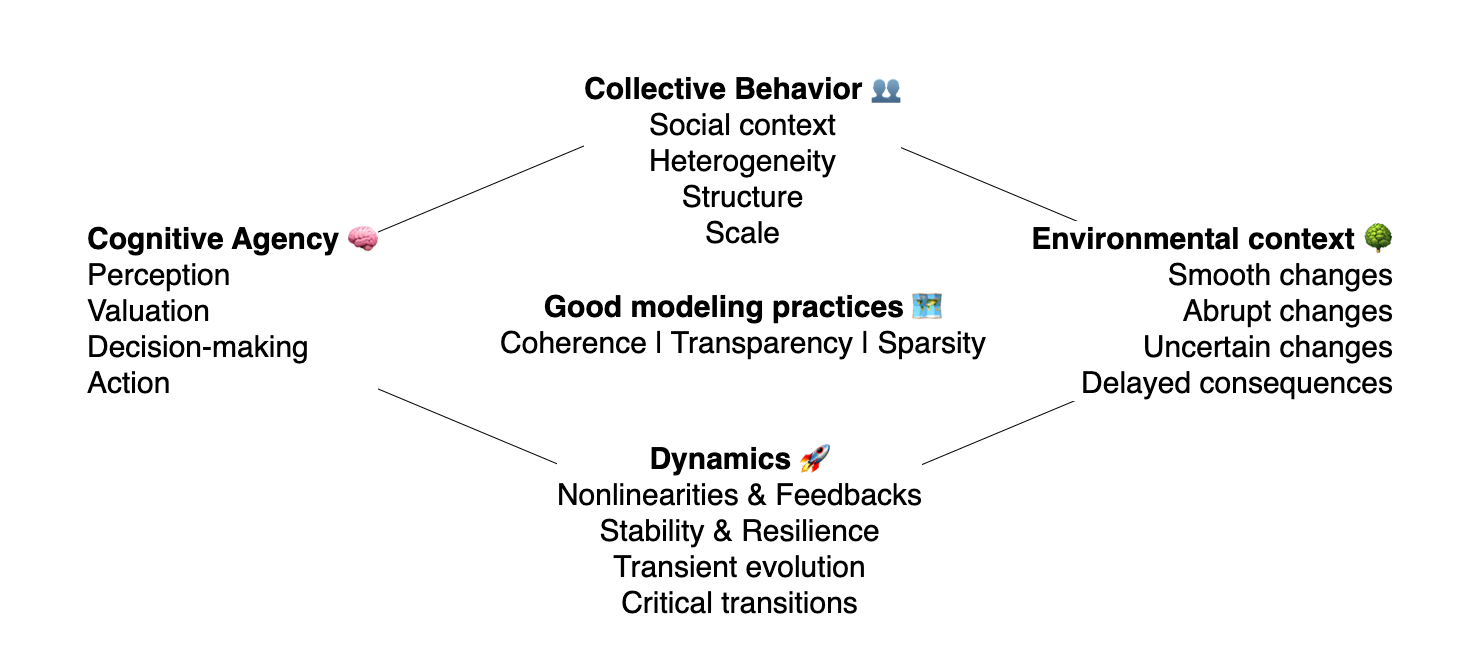
Before: images/01.01-StructuralChallenges.dio.png, a diagram exported from draw.io (wbarfuss/csm-of-hei). Source tidied: cells renumbered, new cells last; positions are measured from the earlier drawing's top-left corner, leaving out a move shared by most shapes. The source it was exported from:
```xml
<mxGraphModel math="1">
  <root>
    <mxCell id="0" />
    <mxCell id="1" parent="0" />
    <mxCell id="2" style="rounded=1;whiteSpace=wrap;html=1;fillColor=default;gradientColor=none;strokeColor=none;" parent="1" vertex="1">
      <mxGeometry y="24.5" width="1480" height="640" as="geometry" />
    </mxCell>
    <mxCell id="3" value="Vordergrund" parent="0" />
    <mxCell id="4" style="rhombus;whiteSpace=wrap;html=1;" parent="3" vertex="1">
      <mxGeometry x="190" y="80" width="1100" height="460" as="geometry" />
    </mxCell>
    <mxCell id="5" value="&lt;div&gt;&lt;font&gt;&lt;b&gt;Cognitive Agency 🧠&lt;/b&gt;&lt;/font&gt;&lt;/div&gt;&lt;div&gt;&lt;font&gt;Perception&lt;/font&gt;&lt;/div&gt;&lt;div&gt;&lt;font&gt;Valuation&lt;/font&gt;&lt;/div&gt;&lt;div&gt;&lt;font&gt;Decision-making&lt;/font&gt;&lt;/div&gt;&lt;div&gt;&lt;font&gt;Action&lt;/font&gt;&lt;/div&gt;" style="text;html=1;align=left;verticalAlign=middle;whiteSpace=wrap;rounded=0;labelBackgroundColor=default;fontSize=30;fillColor=none;" parent="3" vertex="1">
      <mxGeometry x="85" y="150" width="465" height="320" as="geometry" />
    </mxCell>
    <mxCell id="6" value="&lt;div&gt;&lt;font&gt;&lt;b&gt;Environmental context 🌳&lt;/b&gt;&lt;/font&gt;&lt;/div&gt;&lt;div&gt;&lt;span&gt;Smooth changes&lt;/span&gt;&lt;/div&gt;&lt;div&gt;&lt;span&gt;Abrupt changes&lt;/span&gt;&lt;/div&gt;&lt;div&gt;&lt;span&gt;Uncertain changes&lt;/span&gt;&lt;/div&gt;&lt;div&gt;&lt;span&gt;Delayed consequences&lt;/span&gt;&lt;/div&gt;" style="text;html=1;align=right;verticalAlign=middle;whiteSpace=wrap;rounded=0;labelBackgroundColor=default;fontSize=30;fillColor=none;" parent="3" vertex="1">
      <mxGeometry x="975" y="180" width="420" height="260" as="geometry" />
    </mxCell>
    <mxCell id="7" value="&lt;div&gt;&lt;font&gt;&lt;b&gt;Collective Behavior 👥&lt;/b&gt;&lt;/font&gt;&lt;/div&gt;&lt;div&gt;&lt;span style=&quot;background-color: light-dark(#ffffff, var(--ge-dark-color, #121212)); color: light-dark(rgb(0, 0, 0), rgb(255, 255, 255));&quot;&gt;Social context&lt;/span&gt;&lt;/div&gt;&lt;div&gt;&lt;span style=&quot;background-color: light-dark(#ffffff, var(--ge-dark-color, #121212)); color: light-dark(rgb(0, 0, 0), rgb(255, 255, 255));&quot;&gt;Heterogeneity&lt;/span&gt;&lt;br&gt;&lt;/div&gt;&lt;div&gt;Structure&lt;/div&gt;&lt;div&gt;&lt;font&gt;Scale&lt;/font&gt;&lt;/div&gt;" style="text;html=1;align=center;verticalAlign=middle;whiteSpace=wrap;rounded=0;labelBackgroundColor=default;fontSize=30;fillColor=none;" parent="3" vertex="1">
      <mxGeometry x="510" width="465" height="320" as="geometry" />
    </mxCell>
    <mxCell id="8" value="&lt;div&gt;&lt;span style=&quot;background-color: light-dark(#ffffff, var(--ge-dark-color, #121212)); color: light-dark(rgb(0, 0, 0), rgb(255, 255, 255));&quot;&gt;&lt;b&gt;Dynamics 🚀&lt;br&gt;&lt;/b&gt;Nonlinearities &amp;amp; Feedbacks&lt;/span&gt;&lt;br&gt;&lt;/div&gt;&lt;div&gt;&lt;span style=&quot;background-color: light-dark(#ffffff, var(--ge-dark-color, #121212)); color: light-dark(rgb(0, 0, 0), rgb(255, 255, 255));&quot;&gt;Stability &amp;amp; Resilience&lt;/span&gt;&lt;/div&gt;&lt;div&gt;&lt;span style=&quot;background-color: light-dark(#ffffff, var(--ge-dark-color, #121212)); color: light-dark(rgb(0, 0, 0), rgb(255, 255, 255));&quot;&gt;Transient evolution&lt;/span&gt;&lt;br&gt;&lt;/div&gt;&lt;div&gt;Critical transitions&lt;/div&gt;" style="text;html=1;align=center;verticalAlign=middle;whiteSpace=wrap;rounded=0;labelBackgroundColor=default;fontSize=30;fillColor=none;" parent="3" vertex="1">
      <mxGeometry x="507" y="425" width="465" height="210" as="geometry" />
    </mxCell>
    <mxCell id="9" value="&lt;div&gt;&lt;span style=&quot;background-color: light-dark(#ffffff, var(--ge-dark-color, #121212)); color: light-dark(rgb(0, 0, 0), rgb(255, 255, 255));&quot;&gt;&lt;b&gt;Good modeling practices 🗺️&lt;/b&gt;&lt;/span&gt;&lt;/div&gt;&lt;div&gt;Coherence | Transparency | Sparsity&lt;/div&gt;" style="text;html=1;align=center;verticalAlign=middle;whiteSpace=wrap;rounded=0;labelBackgroundColor=default;fontSize=30;fillColor=none;" parent="3" vertex="1">
      <mxGeometry x="486.5" y="208.8" width="512" height="231.2" as="geometry" />
    </mxCell>
  </root>
</mxGraphModel>
```
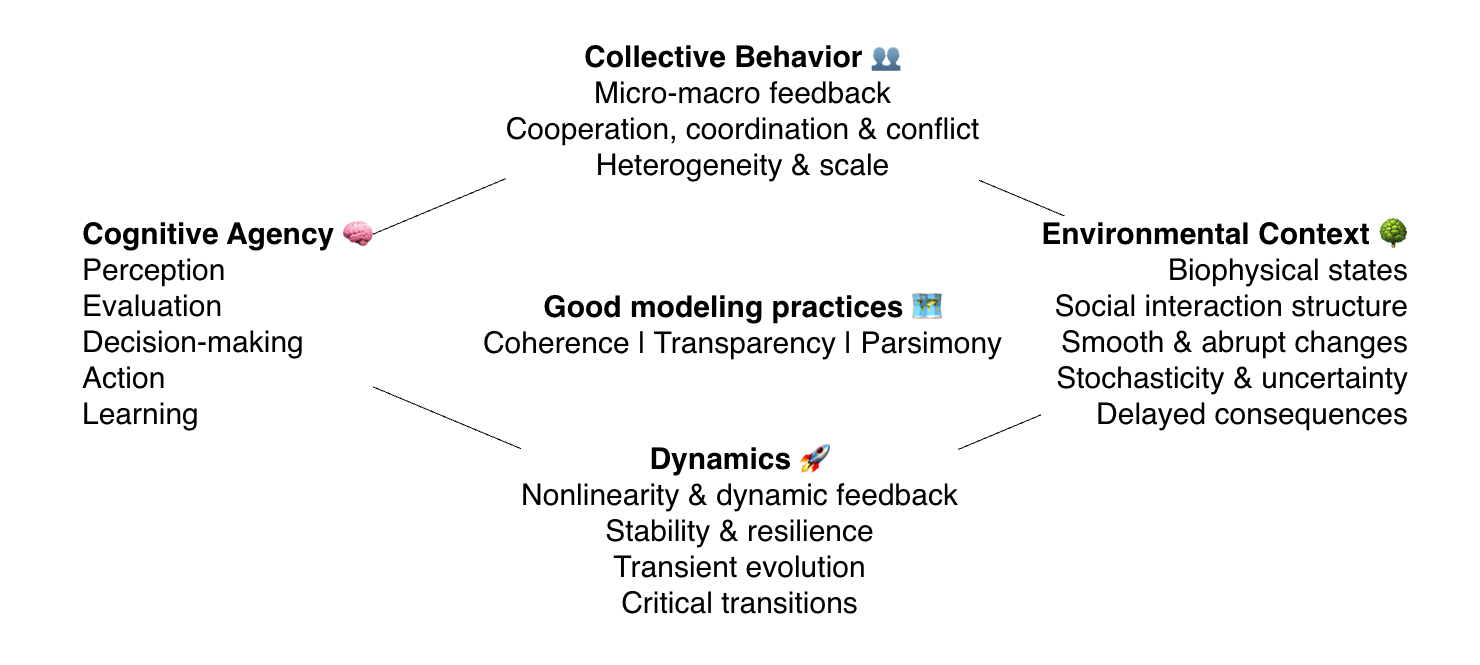
After the commit.

What changed in the source:
```diff
@@ -6,23 +6,23 @@
       <mxGeometry y="24.5" width="1480" height="640" as="geometry" />
     </mxCell>
     <mxCell id="3" value="Vordergrund" parent="0" />
-    <mxCell id="4" style="rhombus;whiteSpace=wrap;html=1;" parent="3" vertex="1">
+    <mxCell id="4" style="rhombus;whiteSpace=wrap;html=1;fontColor=#000000;" parent="3" vertex="1">
       <mxGeometry x="190" y="80" width="1100" height="460" as="geometry" />
     </mxCell>
-    <mxCell id="5" value="&lt;div&gt;&lt;font&gt;&lt;b&gt;Cognitive Agency 🧠&lt;/b&gt;&lt;/font&gt;&lt;/div&gt;&lt;div&gt;&lt;font&gt;Perception&lt;/font&gt;&lt;/div&gt;&lt;div&gt;&lt;font&gt;Valuation&lt;/font&gt;&lt;/div&gt;&lt;div&gt;&lt;font&gt;Decision-making&lt;/font&gt;&lt;/div&gt;&lt;div&gt;&lt;font&gt;Action&lt;/font&gt;&lt;/div&gt;" style="text;html=1;align=left;verticalAlign=middle;whiteSpace=wrap;rounded=0;labelBackgroundColor=default;fontSize=30;fillColor=none;" parent="3" vertex="1">
-      <mxGeometry x="85" y="150" width="465" height="320" as="geometry" />
+    <mxCell id="5" value="&lt;div&gt;&lt;font&gt;&lt;b style=&quot;&quot;&gt;Cognitive Agency 🧠&lt;/b&gt;&lt;/font&gt;&lt;/div&gt;&lt;div&gt;&lt;font style=&quot;&quot;&gt;Perception&lt;/font&gt;&lt;/div&gt;&lt;div&gt;&lt;font style=&quot;&quot;&gt;Evaluation&lt;/font&gt;&lt;/div&gt;&lt;div&gt;&lt;font style=&quot;&quot;&gt;Decision-making&lt;/font&gt;&lt;/div&gt;&lt;div&gt;&lt;font style=&quot;&quot;&gt;Action&lt;/font&gt;&lt;/div&gt;&lt;div&gt;&lt;font style=&quot;&quot;&gt;Learning&lt;/font&gt;&lt;/div&gt;" style="text;html=1;align=left;verticalAlign=top;whiteSpace=wrap;rounded=0;labelBackgroundColor=default;fontSize=30;fillColor=none;fontColor=#000000;" parent="3" vertex="1">
+      <mxGeometry x="80" y="208.8" width="465" height="320" as="geometry" />
     </mxCell>
-    <mxCell id="6" value="&lt;div&gt;&lt;font&gt;&lt;b&gt;Environmental context 🌳&lt;/b&gt;&lt;/font&gt;&lt;/div&gt;&lt;div&gt;&lt;span&gt;Smooth changes&lt;/span&gt;&lt;/div&gt;&lt;div&gt;&lt;span&gt;Abrupt changes&lt;/span&gt;&lt;/div&gt;&lt;div&gt;&lt;span&gt;Uncertain changes&lt;/span&gt;&lt;/div&gt;&lt;div&gt;&lt;span&gt;Delayed consequences&lt;/span&gt;&lt;/div&gt;" style="text;html=1;align=right;verticalAlign=middle;whiteSpace=wrap;rounded=0;labelBackgroundColor=default;fontSize=30;fillColor=none;" parent="3" vertex="1">
-      <mxGeometry x="975" y="180" width="420" height="260" as="geometry" />
+    <mxCell id="6" value="&lt;div&gt;&lt;font&gt;&lt;b style=&quot;&quot;&gt;Environmental Context 🌳&lt;/b&gt;&lt;/font&gt;&lt;/div&gt;&lt;div&gt;&lt;span style=&quot;&quot;&gt;Biophysical states&lt;/span&gt;&lt;/div&gt;&lt;div&gt;&lt;span style=&quot;background-color: light-dark(#ffffff, var(--ge-dark-color, #121212));&quot;&gt;&amp;nbsp;Social interaction structure&lt;/span&gt;&lt;/div&gt;&lt;div&gt;&lt;span style=&quot;&quot;&gt;&lt;span style=&quot;background-color: light-dark(#ffffff, var(--ge-dark-color, #121212));&quot;&gt;Smooth &amp;amp; a&lt;/span&gt;&lt;span style=&quot;background-color: light-dark(#ffffff, var(--ge-dark-color, #121212));&quot;&gt;brupt&lt;/span&gt;&lt;span style=&quot;background-color: light-dark(#ffffff, var(--ge-dark-color, #121212));&quot;&gt;&amp;nbsp;&lt;/span&gt;&lt;span style=&quot;background-color: light-dark(#ffffff, var(--ge-dark-color, #121212));&quot;&gt;changes&lt;/span&gt;&lt;/span&gt;&lt;/div&gt;&lt;div&gt;&lt;span style=&quot;&quot;&gt;Stochasticity &amp;amp; uncertainty&lt;/span&gt;&lt;/div&gt;&lt;div&gt;&lt;span style=&quot;&quot;&gt;Delayed consequences&lt;/span&gt;&lt;/div&gt;" style="text;html=1;align=right;verticalAlign=top;whiteSpace=wrap;rounded=0;labelBackgroundColor=default;fontSize=30;fillColor=none;fontColor=#000000;" parent="3" vertex="1">
+      <mxGeometry x="990" y="208.8" width="420" height="260" as="geometry" />
     </mxCell>
-    <mxCell id="7" value="&lt;div&gt;&lt;font&gt;&lt;b&gt;Collective Behavior 👥&lt;/b&gt;&lt;/font&gt;&lt;/div&gt;&lt;div&gt;&lt;span style=&quot;background-color: light-dark(#ffffff, var(--ge-dark-color, #121212)); color: light-dark(rgb(0, 0, 0), rgb(255, 255, 255));&quot;&gt;Social context&lt;/span&gt;&lt;/div&gt;&lt;div&gt;&lt;span style=&quot;background-color: light-dark(#ffffff, var(--ge-dark-color, #121212)); color: light-dark(rgb(0, 0, 0), rgb(255, 255, 255));&quot;&gt;Heterogeneity&lt;/span&gt;&lt;br&gt;&lt;/div&gt;&lt;div&gt;Structure&lt;/div&gt;&lt;div&gt;&lt;font&gt;Scale&lt;/font&gt;&lt;/div&gt;" style="text;html=1;align=center;verticalAlign=middle;whiteSpace=wrap;rounded=0;labelBackgroundColor=default;fontSize=30;fillColor=none;" parent="3" vertex="1">
-      <mxGeometry x="510" width="465" height="320" as="geometry" />
+    <mxCell id="7" value="&lt;div&gt;&lt;font&gt;&lt;b style=&quot;&quot;&gt;Collective Behavior 👥&lt;/b&gt;&lt;/font&gt;&lt;/div&gt;&lt;div&gt;&lt;span style=&quot;&quot;&gt;&lt;font&gt;Micro-macro&amp;nbsp;&lt;/font&gt;&lt;span style=&quot;background-color: light-dark(#ffffff, var(--ge-dark-color, #121212));&quot;&gt;feedback&lt;/span&gt;&lt;/span&gt;&lt;/div&gt;&lt;div&gt;&lt;span style=&quot;&quot;&gt;&lt;span style=&quot;background-color: light-dark(#ffffff, var(--ge-dark-color, #121212));&quot;&gt;Cooperation, coordination &amp;amp; conflict&lt;/span&gt;&lt;/span&gt;&lt;/div&gt;&lt;div&gt;&lt;span style=&quot;&quot;&gt;&lt;span style=&quot;background-color: light-dark(#ffffff, var(--ge-dark-color, #121212));&quot;&gt;Heterogeneity &amp;amp; scale&lt;/span&gt;&lt;/span&gt;&lt;/div&gt;" style="text;html=1;align=center;verticalAlign=middle;whiteSpace=wrap;rounded=0;labelBackgroundColor=default;fontSize=30;fillColor=none;fontColor=#000000;" parent="3" vertex="1">
+      <mxGeometry x="445" width="595" height="220" as="geometry" />
     </mxCell>
-    <mxCell id="8" value="&lt;div&gt;&lt;span style=&quot;background-color: light-dark(#ffffff, var(--ge-dark-color, #121212)); color: light-dark(rgb(0, 0, 0), rgb(255, 255, 255));&quot;&gt;&lt;b&gt;Dynamics 🚀&lt;br&gt;&lt;/b&gt;Nonlinearities &amp;amp; Feedbacks&lt;/span&gt;&lt;br&gt;&lt;/div&gt;&lt;div&gt;&lt;span style=&quot;background-color: light-dark(#ffffff, var(--ge-dark-color, #121212)); color: light-dark(rgb(0, 0, 0), rgb(255, 255, 255));&quot;&gt;Stability &amp;amp; Resilience&lt;/span&gt;&lt;/div&gt;&lt;div&gt;&lt;span style=&quot;background-color: light-dark(#ffffff, var(--ge-dark-color, #121212)); color: light-dark(rgb(0, 0, 0), rgb(255, 255, 255));&quot;&gt;Transient evolution&lt;/span&gt;&lt;br&gt;&lt;/div&gt;&lt;div&gt;Critical transitions&lt;/div&gt;" style="text;html=1;align=center;verticalAlign=middle;whiteSpace=wrap;rounded=0;labelBackgroundColor=default;fontSize=30;fillColor=none;" parent="3" vertex="1">
+    <mxCell id="8" value="&lt;div&gt;&lt;span style=&quot;&quot;&gt;&lt;span style=&quot;background-color: light-dark(#ffffff, var(--ge-dark-color, #121212));&quot;&gt;&lt;b&gt;Dynamics 🚀&lt;br&gt;&lt;/b&gt;Nonlinearity &amp;amp; dynamic feedback&lt;/span&gt;&lt;br&gt;&lt;/span&gt;&lt;/div&gt;&lt;div&gt;&lt;span style=&quot;background-color: light-dark(#ffffff, var(--ge-dark-color, #121212));&quot;&gt;Stability &amp;amp; resilience&lt;/span&gt;&lt;/div&gt;&lt;div&gt;&lt;span style=&quot;&quot;&gt;&lt;span style=&quot;background-color: light-dark(#ffffff, var(--ge-dark-color, #121212));&quot;&gt;Transient evolution&lt;/span&gt;&lt;br&gt;&lt;/span&gt;&lt;/div&gt;&lt;div&gt;&lt;span style=&quot;&quot;&gt;Critical transitions&lt;/span&gt;&lt;/div&gt;" style="text;html=1;align=center;verticalAlign=middle;whiteSpace=wrap;rounded=0;labelBackgroundColor=default;fontSize=30;fillColor=none;fontColor=#000000;" parent="3" vertex="1">
       <mxGeometry x="507" y="425" width="465" height="210" as="geometry" />
     </mxCell>
-    <mxCell id="9" value="&lt;div&gt;&lt;span style=&quot;background-color: light-dark(#ffffff, var(--ge-dark-color, #121212)); color: light-dark(rgb(0, 0, 0), rgb(255, 255, 255));&quot;&gt;&lt;b&gt;Good modeling practices 🗺️&lt;/b&gt;&lt;/span&gt;&lt;/div&gt;&lt;div&gt;Coherence | Transparency | Sparsity&lt;/div&gt;" style="text;html=1;align=center;verticalAlign=middle;whiteSpace=wrap;rounded=0;labelBackgroundColor=default;fontSize=30;fillColor=none;" parent="3" vertex="1">
-      <mxGeometry x="486.5" y="208.8" width="512" height="231.2" as="geometry" />
+    <mxCell id="9" value="&lt;div&gt;&lt;span style=&quot;background-color: light-dark(#ffffff, var(--ge-dark-color, #121212));&quot;&gt;&lt;b&gt;Good modeling practices 🗺️&lt;/b&gt;&lt;/span&gt;&lt;/div&gt;&lt;div&gt;&lt;span style=&quot;&quot;&gt;Coherence | Transparency | Parsimony&lt;/span&gt;&lt;/div&gt;" style="text;html=1;align=center;verticalAlign=middle;whiteSpace=wrap;rounded=0;labelBackgroundColor=default;fontSize=30;fillColor=none;fontColor=#000000;" parent="3" vertex="1">
+      <mxGeometry x="425" y="208.8" width="635" height="231.2" as="geometry" />
     </mxCell>
   </root>
 </mxGraphModel>
```
